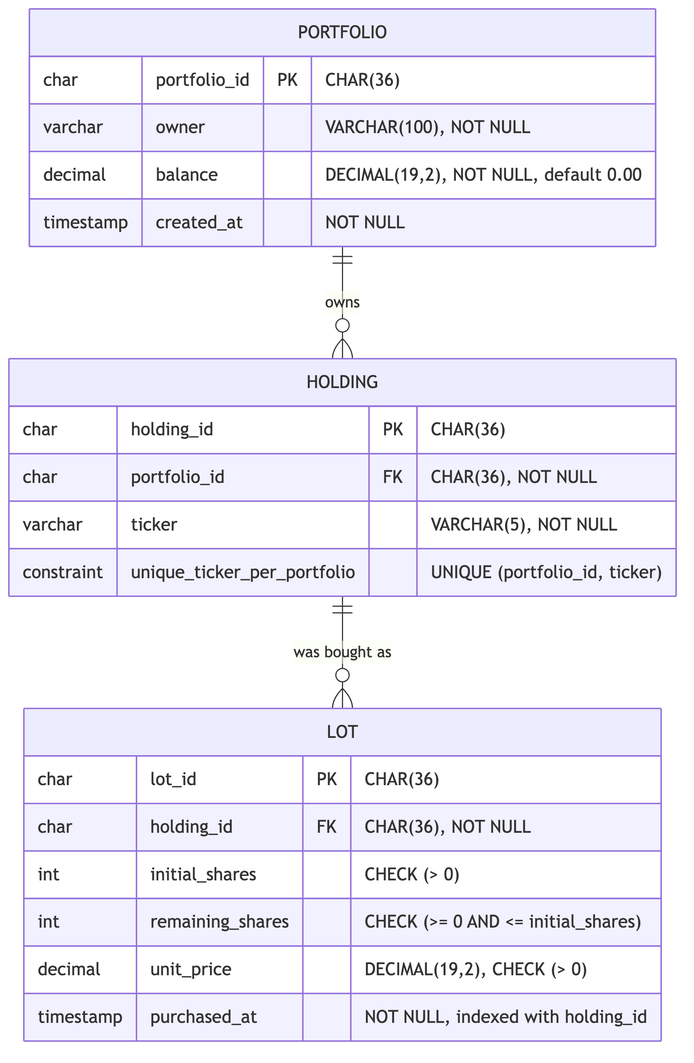
Before: sell-stocks-domain-kata/docs/spec/png/domain-er-diagram.png, a diagram exported from PlantUML (alfredorueda/HexaStock). Its source is kept beside it as sell-stocks-domain-kata/docs/spec/domain-er-diagram.puml.
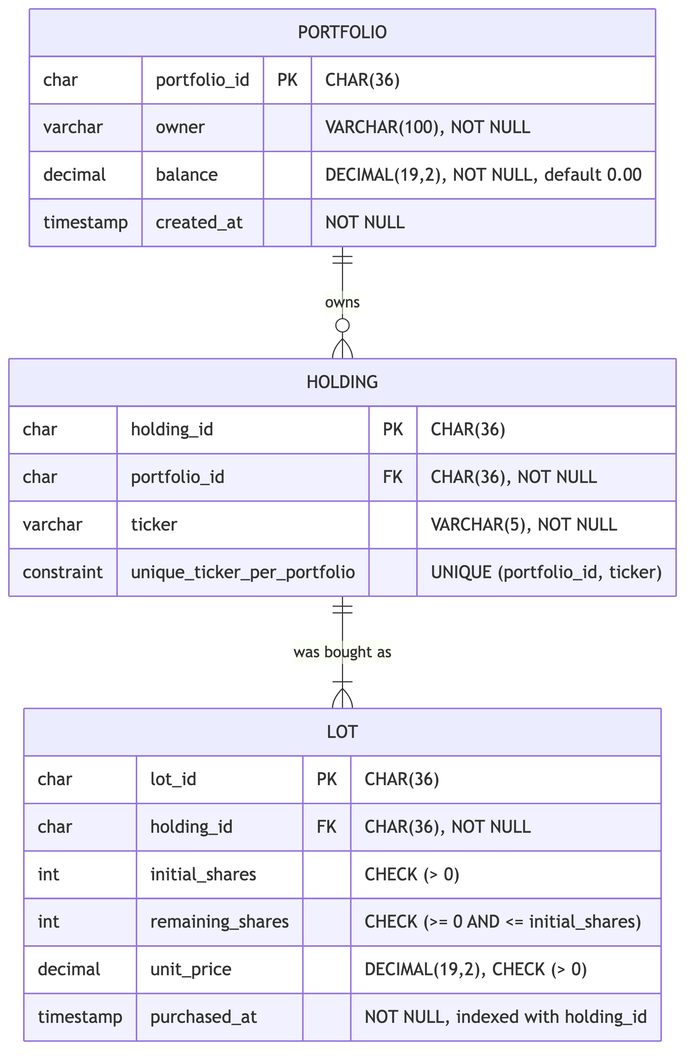
After the change.

What changed in the source:
```diff
@@ -29,6 +29,7 @@
   * ticker : VARCHAR(5)
   --
   UNIQUE (portfolio_id, ticker)
+  CHECK (ticker matches ^[A-Z]{1,5}$)
 }
 
 entity "lot" as lot {
@@ -48,7 +49,7 @@
 }
 
 portfolio ||--o{ holding : "owns"
-holding   ||--o{ lot     : "was bought as"
+holding   ||--|{ lot     : "was bought as"
 
 note right of portfolio
   A portfolio owns **zero or more** holdings.
@@ -102,13 +103,10 @@
   be a separate `transaction` table, which is out of
   scope for US-07.
 
-  **3. A ticker-format constraint.** There is no
-  CHECK (ticker ~ '^[A-Z]{1,5}$') — open spec question,
-  see sell-stocks-spec.md §6.1.
-
-  **4. A "holding must have lots" rule.** The relation
-  is zero-or-many, so a fully liquidated holding with
-  no lots is allowed — open spec question, see §6.2.
+  **3. Why the holding relation is one-or-many.**
+  A sale that consumes the last lot also removes the
+  holding, so a stored holding always has at least
+  one lot. See sell-stocks-spec.md §6.2.
 end note
 
 ValueObjects .. lot
```
